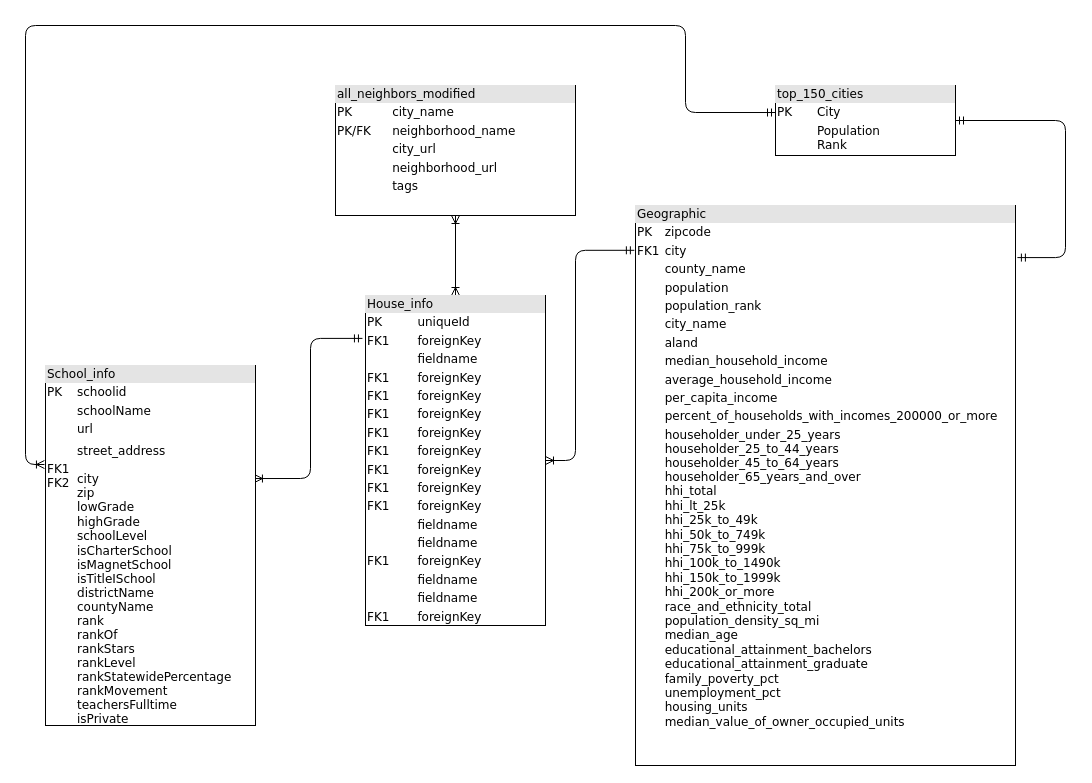
sakuraszy/STATS-170A-Group keeps this draw.io diagram as Diagram/DataBase-Diagram.drawio. Above is the earlier version. Source tidied: cells renumbered, new cells numbered last; positions are measured from the earlier drawing's top-left corner, leaving out a move shared by most shapes. Both pictures are drawn from the tidied source at 100%, with x=0, y=0 at pixel (25, 25).
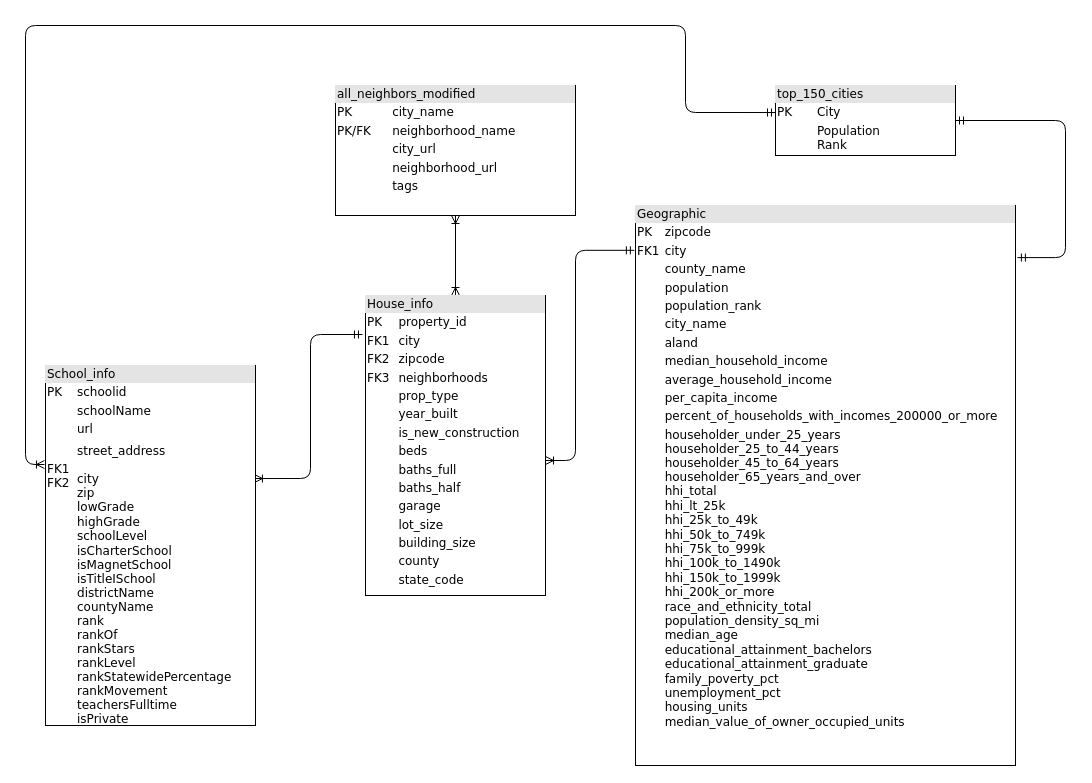
Above is the later version.

Change to the diagram source:
```diff
@@
 <mxGraphModel background="#ffffff">
   <root>
     <mxCell id="0" />
     <mxCell id="1" parent="0" />
     <mxCell id="2" style="edgeStyle=orthogonalEdgeStyle;html=1;entryX=0.5;entryY=0;labelBackgroundColor=none;startArrow=ERoneToMany;endArrow=ERoneToMany;fontFamily=Verdana;fontSize=12;align=left;startFill=0;" parent="1" edge="1" source="4" target="9">
       <mxGeometry relative="1" as="geometry" />
     </mxCell>
     <mxCell id="3" style="edgeStyle=orthogonalEdgeStyle;html=1;labelBackgroundColor=none;startArrow=ERmandOne;endArrow=ERmandOne;fontFamily=Verdana;fontSize=12;align=left;startFill=0;endFill=0;entryX=1.005;entryY=0.093;entryDx=0;entryDy=0;entryPerimeter=0;exitX=1;exitY=0.5;exitDx=0;exitDy=0;" parent="1" edge="1" source="11" target="10">
       <mxGeometry relative="1" as="geometry">
         <Array as="points">
           <mxPoint x="1040" y="95" />
           <mxPoint x="1040" y="232" />
         </Array>
       </mxGeometry>
     </mxCell>
     <mxCell id="4" value="&lt;div style=&quot;box-sizing: border-box ; width: 100% ; background: #e4e4e4 ; padding: 2px&quot;&gt;all_neighbors_modified&lt;/div&gt;&lt;table style=&quot;width: 100% ; font-size: 1em&quot; cellpadding=&quot;2&quot; cellspacing=&quot;0&quot;&gt;&lt;tbody&gt;&lt;tr&gt;&lt;td&gt;PK&lt;/td&gt;&lt;td&gt;city_name&lt;/td&gt;&lt;/tr&gt;&lt;tr&gt;&lt;td&gt;PK/FK&lt;/td&gt;&lt;td&gt;neighborhood_name&lt;/td&gt;&lt;/tr&gt;&lt;tr&gt;&lt;td&gt;&lt;/td&gt;&lt;td&gt;city_url&lt;/td&gt;&lt;/tr&gt;&lt;tr&gt;&lt;td&gt;&lt;br&gt;&lt;/td&gt;&lt;td&gt;neighborhood_url&lt;br&gt;&lt;/td&gt;&lt;/tr&gt;&lt;tr&gt;&lt;td&gt;&lt;br&gt;&lt;/td&gt;&lt;td&gt;tags&lt;br&gt;&lt;/td&gt;&lt;/tr&gt;&lt;tr&gt;&lt;td&gt;&lt;br&gt;&lt;/td&gt;&lt;td&gt;&lt;br&gt;&lt;/td&gt;&lt;/tr&gt;&lt;/tbody&gt;&lt;/table&gt;" style="verticalAlign=top;align=left;overflow=fill;html=1;rounded=0;shadow=0;comic=0;labelBackgroundColor=none;strokeWidth=1;fontFamily=Verdana;fontSize=12;" parent="1" vertex="1">
       <mxGeometry x="310" y="60" width="240" height="130" as="geometry" />
     </mxCell>
     <mxCell id="5" style="edgeStyle=orthogonalEdgeStyle;jettySize=auto;html=1;entryX=0;entryY=0.386;entryDx=0;entryDy=0;entryPerimeter=0;endArrow=ERmandOne;endFill=0;exitX=-0.005;exitY=0.275;exitDx=0;exitDy=0;exitPerimeter=0;startArrow=ERoneToMany;startFill=0;rounded=1;" parent="1" edge="1" source="7" target="11">
       <mxGeometry relative="1" as="geometry">
         <Array as="points">
           <mxPoint y="439" />
           <mxPoint />
           <mxPoint x="660" />
           <mxPoint x="660" y="87" />
         </Array>
       </mxGeometry>
     </mxCell>
     <mxCell id="6" style="edgeStyle=orthogonalEdgeStyle;rounded=1;jettySize=auto;html=1;entryX=-0.017;entryY=0.13;entryDx=0;entryDy=0;startArrow=ERoneToMany;startFill=0;endArrow=ERmandOne;endFill=0;entryPerimeter=0;exitX=0.995;exitY=0.314;exitDx=0;exitDy=0;exitPerimeter=0;" parent="1" edge="1" source="7" target="9">
       <mxGeometry relative="1" as="geometry" />
     </mxCell>
     <mxCell id="7" value="&lt;div style=&quot;box-sizing: border-box ; width: 100% ; background-color: rgb(228 , 228 , 228) ; padding: 2px&quot;&gt;&lt;font style=&quot;font-size: 12px&quot;&gt;School_info&lt;/font&gt;&lt;/div&gt;&lt;table style=&quot;width: 100%&quot; cellpadding=&quot;2&quot; cellspacing=&quot;0&quot;&gt;&lt;tbody&gt;&lt;tr&gt;&lt;td&gt;&lt;font style=&quot;font-size: 12px&quot;&gt;PK&lt;/font&gt;&lt;/td&gt;&lt;td&gt;&lt;font style=&quot;font-size: 12px&quot;&gt;schoolid&lt;/font&gt;&lt;/td&gt;&lt;/tr&gt;&lt;tr&gt;&lt;td&gt;&lt;font style=&quot;font-size: 12px&quot;&gt;&lt;br&gt;&lt;/font&gt;&lt;/td&gt;&lt;td&gt;&lt;font style=&quot;font-size: 12px&quot;&gt;schoolName&lt;br&gt;&lt;/font&gt;&lt;/td&gt;&lt;/tr&gt;&lt;tr&gt;&lt;td&gt;&lt;/td&gt;&lt;td&gt;&lt;font style=&quot;font-size: 12px&quot;&gt;url&lt;/font&gt;&lt;/td&gt;&lt;/tr&gt;&lt;tr&gt;&lt;td&gt;&lt;font style=&quot;font-size: 12px&quot;&gt;&lt;br&gt;&lt;/font&gt;&lt;/td&gt;&lt;td&gt;&lt;p style=&quot;margin: 0px ; font-stretch: normal ; line-height: normal ; font-family: &amp;#34;helvetica neue&amp;#34;&quot;&gt;&lt;font face=&quot;Verdana&quot; style=&quot;font-size: 12px&quot;&gt;street_address&lt;/font&gt;&lt;/p&gt;&lt;/td&gt;&lt;/tr&gt;&lt;tr&gt;&lt;td&gt;&lt;font style=&quot;font-size: 12px&quot;&gt;FK1&lt;br&gt;FK2&lt;br&gt;&lt;br&gt;&lt;br&gt;&lt;br&gt;&lt;br&gt;&lt;br&gt;&lt;br&gt;&lt;br&gt;&lt;br&gt;&lt;br&gt;&lt;br&gt;&lt;br&gt;&lt;br&gt;&lt;br&gt;&lt;br&gt;&lt;br&gt;&lt;br&gt;&lt;br&gt;&lt;br&gt;&lt;br&gt;&lt;/font&gt;&lt;/td&gt;&lt;td&gt;&lt;font style=&quot;font-size: 12px&quot;&gt;city&lt;br&gt;zip&lt;br&gt;lowGrade&lt;br&gt;highGrade&lt;br&gt;schoolLevel&lt;br&gt;&lt;p style=&quot;margin: 0px ; font-stretch: normal ; line-height: normal&quot;&gt;isCharterSchool&lt;/p&gt;&lt;p style=&quot;margin: 0px ; font-stretch: normal ; line-height: normal&quot;&gt;isMagnetSchool&lt;/p&gt;&lt;p style=&quot;margin: 0px ; font-stretch: normal ; line-height: normal&quot;&gt;isTitleISchool&lt;/p&gt;&lt;p style=&quot;margin: 0px ; font-stretch: normal ; line-height: normal&quot;&gt;districtName&lt;/p&gt;&lt;p style=&quot;margin: 0px ; font-stretch: normal ; line-height: normal&quot;&gt;countyName&lt;/p&gt;&lt;p style=&quot;margin: 0px ; font-stretch: normal ; line-height: normal&quot;&gt;rank&lt;/p&gt;&lt;p style=&quot;margin: 0px ; font-stretch: normal ; line-height: normal&quot;&gt;rankOf&lt;/p&gt;&lt;p style=&quot;margin: 0px ; font-stretch: normal ; line-height: normal&quot;&gt;rankStars&lt;/p&gt;&lt;p style=&quot;margin: 0px ; font-stretch: normal ; line-height: normal&quot;&gt;rankLevel&lt;/p&gt;&lt;p style=&quot;margin: 0px ; font-stretch: normal ; line-height: normal&quot;&gt;rankStatewidePercentage&lt;/p&gt;&lt;p style=&quot;margin: 0px ; font-stretch: normal ; line-height: normal&quot;&gt;rankMovement&lt;/p&gt;&lt;p style=&quot;margin: 0px ; font-stretch: normal ; line-height: normal&quot;&gt;teachersFulltime&lt;/p&gt;&lt;p style=&quot;margin: 0px ; font-stretch: normal ; line-height: normal&quot;&gt;isPrivate&lt;/p&gt;&lt;p style=&quot;margin: 0px ; font-stretch: normal ; line-height: normal&quot;&gt;&lt;br&gt;&lt;/p&gt;&lt;p style=&quot;margin: 0px ; font-stretch: normal ; line-height: normal&quot;&gt;&lt;br&gt;&lt;/p&gt;&lt;/font&gt;&lt;/td&gt;&lt;/tr&gt;&lt;/tbody&gt;&lt;/table&gt;" style="verticalAlign=top;align=left;overflow=fill;html=1;rounded=0;shadow=0;comic=0;labelBackgroundColor=none;strokeWidth=1;fontFamily=Verdana;fontSize=12;" parent="1" vertex="1">
       <mxGeometry x="20" y="340" width="210" height="360" as="geometry" />
     </mxCell>
     <mxCell id="8" style="edgeStyle=orthogonalEdgeStyle;jettySize=auto;html=1;startArrow=ERoneToMany;startFill=0;endArrow=ERmandOne;endFill=0;rounded=1;entryX=-0.003;entryY=0.08;entryDx=0;entryDy=0;entryPerimeter=0;" parent="1" edge="1" source="9" target="10">
       <mxGeometry relative="1" as="geometry">
         <Array as="points">
           <mxPoint x="550" y="435" />
           <mxPoint x="550" y="225" />
         </Array>
       </mxGeometry>
     </mxCell>
-    <mxCell id="9" value="&lt;div style=&quot;box-sizing: border-box ; width: 100% ; background: #e4e4e4 ; padding: 2px&quot;&gt;House_info&lt;/div&gt;&lt;table style=&quot;width: 100% ; font-size: 1em&quot; cellpadding=&quot;2&quot; cellspacing=&quot;0&quot;&gt;&lt;tbody&gt;&lt;tr&gt;&lt;td&gt;PK&lt;/td&gt;&lt;td&gt;uniqueId&lt;/td&gt;&lt;/tr&gt;&lt;tr&gt;&lt;td&gt;FK1&lt;/td&gt;&lt;td&gt;foreignKey&lt;/td&gt;&lt;/tr&gt;&lt;tr&gt;&lt;td&gt;&lt;/td&gt;&lt;td&gt;fieldname&lt;/td&gt;&lt;/tr&gt;&lt;tr&gt;&lt;td&gt;FK1&lt;br&gt;&lt;/td&gt;&lt;td&gt;foreignKey&lt;br&gt;&lt;/td&gt;&lt;/tr&gt;&lt;tr&gt;&lt;td&gt;FK1&lt;br&gt;&lt;/td&gt;&lt;td&gt;foreignKey&lt;br&gt;&lt;/td&gt;&lt;/tr&gt;&lt;tr&gt;&lt;td&gt;FK1&lt;br&gt;&lt;/td&gt;&lt;td&gt;foreignKey&lt;br&gt;&lt;/td&gt;&lt;/tr&gt;&lt;tr&gt;&lt;td&gt;FK1&lt;br&gt;&lt;/td&gt;&lt;td&gt;foreignKey&lt;br&gt;&lt;/td&gt;&lt;/tr&gt;&lt;tr&gt;&lt;td&gt;FK1&lt;br&gt;&lt;/td&gt;&lt;td&gt;foreignKey&lt;br&gt;&lt;/td&gt;&lt;/tr&gt;&lt;tr&gt;&lt;td&gt;FK1&lt;br&gt;&lt;/td&gt;&lt;td&gt;foreignKey&lt;br&gt;&lt;/td&gt;&lt;/tr&gt;&lt;tr&gt;&lt;td&gt;FK1&lt;br&gt;&lt;/td&gt;&lt;td&gt;foreignKey&lt;br&gt;&lt;/td&gt;&lt;/tr&gt;&lt;tr&gt;&lt;td&gt;FK1&lt;br&gt;&lt;/td&gt;&lt;td&gt;foreignKey&lt;br&gt;&lt;/td&gt;&lt;/tr&gt;&lt;tr&gt;&lt;td&gt;&lt;br&gt;&lt;/td&gt;&lt;td&gt;fieldname&lt;br&gt;&lt;/td&gt;&lt;/tr&gt;&lt;tr&gt;&lt;td&gt;&lt;br&gt;&lt;/td&gt;&lt;td&gt;fieldname&lt;br&gt;&lt;/td&gt;&lt;/tr&gt;&lt;tr&gt;&lt;td&gt;FK1&lt;br&gt;&lt;/td&gt;&lt;td&gt;foreignKey&lt;br&gt;&lt;/td&gt;&lt;/tr&gt;&lt;tr&gt;&lt;td&gt;&lt;br&gt;&lt;/td&gt;&lt;td&gt;fieldname&lt;br&gt;&lt;/td&gt;&lt;/tr&gt;&lt;tr&gt;&lt;td&gt;&lt;br&gt;&lt;/td&gt;&lt;td&gt;fieldname&lt;br&gt;&lt;/td&gt;&lt;/tr&gt;&lt;tr&gt;&lt;td&gt;FK1&lt;br&gt;&lt;/td&gt;&lt;td&gt;foreignKey&lt;br&gt;&lt;/td&gt;&lt;/tr&gt;&lt;/tbody&gt;&lt;/table&gt;" style="verticalAlign=top;align=left;overflow=fill;html=1;rounded=0;shadow=0;comic=0;labelBackgroundColor=none;strokeWidth=1;fontFamily=Verdana;fontSize=12;" parent="1" vertex="1">
-      <mxGeometry x="340" y="270" width="180" height="330" as="geometry" />
+    <mxCell id="9" value="&lt;div style=&quot;box-sizing: border-box ; width: 100% ; background: #e4e4e4 ; padding: 2px&quot;&gt;House_info&lt;/div&gt;&lt;table style=&quot;width: 100% ; font-size: 1em&quot; cellpadding=&quot;2&quot; cellspacing=&quot;0&quot;&gt;&lt;tbody&gt;&lt;tr&gt;&lt;td&gt;PK&lt;/td&gt;&lt;td&gt;property_id&lt;/td&gt;&lt;/tr&gt;&lt;tr&gt;&lt;td&gt;FK1&lt;/td&gt;&lt;td&gt;city&lt;/td&gt;&lt;/tr&gt;&lt;tr&gt;&lt;td&gt;FK2&lt;/td&gt;&lt;td&gt;zipcode&lt;/td&gt;&lt;/tr&gt;&lt;tr&gt;&lt;td&gt;FK3&lt;br&gt;&lt;/td&gt;&lt;td&gt;neighborhoods&lt;/td&gt;&lt;/tr&gt;&lt;tr&gt;&lt;td&gt;&lt;br&gt;&lt;/td&gt;&lt;td&gt;prop_type&lt;br&gt;&lt;/td&gt;&lt;/tr&gt;&lt;tr&gt;&lt;td&gt;&lt;br&gt;&lt;/td&gt;&lt;td&gt;year_built&lt;br&gt;&lt;/td&gt;&lt;/tr&gt;&lt;tr&gt;&lt;td&gt;&lt;br&gt;&lt;/td&gt;&lt;td&gt;is_new_construction&lt;br&gt;&lt;/td&gt;&lt;/tr&gt;&lt;tr&gt;&lt;td&gt;&lt;br&gt;&lt;/td&gt;&lt;td&gt;beds&lt;/td&gt;&lt;/tr&gt;&lt;tr&gt;&lt;td&gt;&lt;br&gt;&lt;/td&gt;&lt;td&gt;baths_full&lt;br&gt;&lt;/td&gt;&lt;/tr&gt;&lt;tr&gt;&lt;td&gt;&lt;br&gt;&lt;/td&gt;&lt;td&gt;baths_half&lt;br&gt;&lt;/td&gt;&lt;/tr&gt;&lt;tr&gt;&lt;td&gt;&lt;br&gt;&lt;/td&gt;&lt;td&gt;garage&lt;br&gt;&lt;/td&gt;&lt;/tr&gt;&lt;tr&gt;&lt;td&gt;&lt;br&gt;&lt;/td&gt;&lt;td&gt;lot_size&lt;br&gt;&lt;/td&gt;&lt;/tr&gt;&lt;tr&gt;&lt;td&gt;&lt;br&gt;&lt;/td&gt;&lt;td&gt;building_size&lt;br&gt;&lt;/td&gt;&lt;/tr&gt;&lt;tr&gt;&lt;td&gt;&lt;br&gt;&lt;/td&gt;&lt;td&gt;county&lt;br&gt;&lt;/td&gt;&lt;/tr&gt;&lt;tr&gt;&lt;td&gt;&lt;br&gt;&lt;/td&gt;&lt;td&gt;state_code&lt;br&gt;&lt;/td&gt;&lt;/tr&gt;&lt;tr&gt;&lt;td&gt;&lt;br&gt;&lt;/td&gt;&lt;td&gt;&lt;br&gt;&lt;/td&gt;&lt;/tr&gt;&lt;tr&gt;&lt;td&gt;&lt;br&gt;&lt;/td&gt;&lt;td&gt;&lt;br&gt;&lt;/td&gt;&lt;/tr&gt;&lt;/tbody&gt;&lt;/table&gt;" style="verticalAlign=top;align=left;overflow=fill;html=1;rounded=0;shadow=0;comic=0;labelBackgroundColor=none;strokeWidth=1;fontFamily=Verdana;fontSize=12;" parent="1" vertex="1">
+      <mxGeometry x="340" y="270" width="180" height="300" as="geometry" />
     </mxCell>
     <mxCell id="10" value="&lt;div style=&quot;box-sizing: border-box ; width: 100% ; background: #e4e4e4 ; padding: 2px&quot;&gt;Geographic&lt;/div&gt;&lt;table style=&quot;width: 100%&quot; cellpadding=&quot;2&quot; cellspacing=&quot;0&quot;&gt;&lt;tbody&gt;&lt;tr&gt;&lt;td&gt;PK&lt;/td&gt;&lt;td&gt;zipcode&lt;/td&gt;&lt;/tr&gt;&lt;tr&gt;&lt;td&gt;FK1&lt;/td&gt;&lt;td&gt;city&lt;/td&gt;&lt;/tr&gt;&lt;tr&gt;&lt;td&gt;&lt;/td&gt;&lt;td&gt;county_name&lt;br&gt;&lt;/td&gt;&lt;/tr&gt;&lt;tr&gt;&lt;td&gt;&lt;br&gt;&lt;/td&gt;&lt;td&gt;population&lt;/td&gt;&lt;/tr&gt;&lt;tr&gt;&lt;td&gt;&lt;br&gt;&lt;/td&gt;&lt;td&gt;population_rank&lt;br&gt;&lt;/td&gt;&lt;/tr&gt;&lt;tr&gt;&lt;td&gt;&lt;br&gt;&lt;/td&gt;&lt;td&gt;city_name&lt;/td&gt;&lt;/tr&gt;&lt;tr&gt;&lt;td&gt;&lt;br&gt;&lt;/td&gt;&lt;td&gt;aland&lt;/td&gt;&lt;/tr&gt;&lt;tr&gt;&lt;td&gt;&lt;br&gt;&lt;/td&gt;&lt;td&gt;&lt;p style=&quot;margin: 0px ; font-stretch: normal ; line-height: normal&quot;&gt;&lt;font style=&quot;font-size: 12px&quot;&gt;median_household_income&lt;/font&gt;&lt;/p&gt;&lt;/td&gt;&lt;/tr&gt;&lt;tr&gt;&lt;td&gt;&lt;br&gt;&lt;/td&gt;&lt;td&gt;&lt;p style=&quot;margin: 0px ; font-stretch: normal ; line-height: normal&quot;&gt;&lt;font style=&quot;font-size: 12px&quot;&gt;average_household_income&lt;/font&gt;&lt;/p&gt;&lt;/td&gt;&lt;/tr&gt;&lt;tr&gt;&lt;td&gt;&lt;br&gt;&lt;/td&gt;&lt;td&gt;&lt;p style=&quot;margin: 0px&quot;&gt;&lt;font color=&quot;#000000&quot; style=&quot;font-stretch: normal ; line-height: normal ; font-size: 12px&quot;&gt;per_capita_income&lt;/font&gt;&lt;/p&gt;&lt;/td&gt;&lt;/tr&gt;&lt;tr&gt;&lt;td&gt;&lt;font style=&quot;font-size: 12px&quot;&gt;&lt;br&gt;&lt;/font&gt;&lt;/td&gt;&lt;td&gt;&lt;p style=&quot;margin: 0px&quot;&gt;&lt;font color=&quot;#000000&quot; style=&quot;font-stretch: normal ; line-height: normal ; font-size: 12px&quot;&gt;percent_of_households_with_incomes_200000_or_more&lt;/font&gt;&lt;/p&gt;&lt;/td&gt;&lt;/tr&gt;&lt;tr&gt;&lt;td&gt;&lt;font style=&quot;font-size: 12px&quot;&gt;&lt;br&gt;&lt;/font&gt;&lt;/td&gt;&lt;td&gt;&lt;p style=&quot;margin: 0px ; font-stretch: normal ; line-height: normal&quot;&gt;&lt;font style=&quot;font-size: 12px&quot;&gt;householder_under_25_years&lt;/font&gt;&lt;/p&gt;&lt;p style=&quot;margin: 0px ; font-stretch: normal ; line-height: normal&quot;&gt;&lt;font style=&quot;font-size: 12px&quot;&gt;householder_25_to_44_years&lt;/font&gt;&lt;/p&gt;&lt;p style=&quot;margin: 0px&quot;&gt;&lt;font color=&quot;#000000&quot; style=&quot;font-stretch: normal ; line-height: normal ; font-size: 12px&quot;&gt;householder_45_to_64_years&lt;/font&gt;&lt;/p&gt;&lt;p style=&quot;margin: 0px&quot;&gt;&lt;font color=&quot;#000000&quot; style=&quot;font-stretch: normal ; line-height: normal ; font-size: 12px&quot;&gt;&lt;/font&gt;&lt;/p&gt;&lt;p style=&quot;margin: 0px&quot;&gt;&lt;font color=&quot;#000000&quot; style=&quot;font-stretch: normal ; line-height: normal ; font-size: 12px&quot;&gt;householder_65_years_and_over&lt;/font&gt;&lt;/p&gt;&lt;p style=&quot;margin: 0px&quot;&gt;&lt;font color=&quot;#000000&quot; style=&quot;font-stretch: normal ; line-height: normal ; font-size: 12px&quot;&gt;&lt;/font&gt;&lt;/p&gt;&lt;p style=&quot;margin: 0px&quot;&gt;&lt;font color=&quot;#000000&quot; style=&quot;font-stretch: normal ; line-height: normal ; font-size: 12px&quot;&gt;hhi_total&lt;/font&gt;&lt;/p&gt;&lt;p style=&quot;margin: 0px&quot;&gt;&lt;font color=&quot;#000000&quot; style=&quot;font-stretch: normal ; line-height: normal ; font-size: 12px&quot;&gt;&lt;/font&gt;&lt;/p&gt;&lt;p style=&quot;margin: 0px&quot;&gt;&lt;font color=&quot;#000000&quot; style=&quot;font-stretch: normal ; line-height: normal ; font-size: 12px&quot;&gt;hhi_lt_25k&lt;/font&gt;&lt;/p&gt;&lt;p style=&quot;margin: 0px&quot;&gt;&lt;font color=&quot;#000000&quot; style=&quot;font-stretch: normal ; line-height: normal ; font-size: 12px&quot;&gt;&lt;/font&gt;&lt;/p&gt;&lt;p style=&quot;margin: 0px&quot;&gt;&lt;font color=&quot;#000000&quot; style=&quot;font-stretch: normal ; line-height: normal ; font-size: 12px&quot;&gt;hhi_25k_to_49k&lt;/font&gt;&lt;/p&gt;&lt;p style=&quot;margin: 0px&quot;&gt;&lt;font color=&quot;#000000&quot; style=&quot;font-stretch: normal ; line-height: normal ; font-size: 12px&quot;&gt;&lt;/font&gt;&lt;/p&gt;&lt;p style=&quot;margin: 0px&quot;&gt;&lt;font color=&quot;#000000&quot; style=&quot;font-stretch: normal ; line-height: normal ; font-size: 12px&quot;&gt;hhi_50k_to_749k&lt;/font&gt;&lt;/p&gt;&lt;p style=&quot;margin: 0px&quot;&gt;&lt;font color=&quot;#000000&quot; style=&quot;font-stretch: normal ; line-height: normal ; font-size: 12px&quot;&gt;&lt;/font&gt;&lt;/p&gt;&lt;p style=&quot;margin: 0px&quot;&gt;&lt;font color=&quot;#000000&quot; style=&quot;font-stretch: normal ; line-height: normal ; font-size: 12px&quot;&gt;hhi_75k_to_999k&lt;/font&gt;&lt;/p&gt;&lt;p style=&quot;margin: 0px&quot;&gt;&lt;font color=&quot;#000000&quot; style=&quot;font-stretch: normal ; line-height: normal ; font-size: 12px&quot;&gt;&lt;/font&gt;&lt;/p&gt;&lt;p style=&quot;margin: 0px&quot;&gt;&lt;font color=&quot;#000000&quot; style=&quot;font-stretch: normal ; line-height: normal ; font-size: 12px&quot;&gt;hhi_100k_to_1490k&lt;/font&gt;&lt;/p&gt;&lt;p style=&quot;margin: 0px&quot;&gt;&lt;font color=&quot;#000000&quot; style=&quot;font-stretch: normal ; line-height: normal ; font-size: 12px&quot;&gt;&lt;/font&gt;&lt;/p&gt;&lt;p style=&quot;margin: 0px&quot;&gt;&lt;font color=&quot;#000000&quot; style=&quot;font-stretch: normal ; line-height: normal ; font-size: 12px&quot;&gt;hhi_150k_to_1999k&lt;/font&gt;&lt;/p&gt;&lt;p style=&quot;margin: 0px&quot;&gt;&lt;font color=&quot;#000000&quot; style=&quot;font-stretch: normal ; line-height: normal ; font-size: 12px&quot;&gt;&lt;/font&gt;&lt;/p&gt;&lt;p style=&quot;margin: 0px&quot;&gt;&lt;font color=&quot;#000000&quot; style=&quot;font-stretch: normal ; line-height: normal ; font-size: 12px&quot;&gt;hhi_200k_or_more&lt;/font&gt;&lt;/p&gt;&lt;p style=&quot;margin: 0px&quot;&gt;&lt;font color=&quot;#000000&quot; style=&quot;font-stretch: normal ; line-height: normal ; font-size: 12px&quot;&gt;&lt;/font&gt;&lt;/p&gt;&lt;p style=&quot;margin: 0px&quot;&gt;&lt;font color=&quot;#000000&quot; style=&quot;font-stretch: normal ; line-height: normal ; font-size: 12px&quot;&gt;race_and_ethnicity_total&lt;/font&gt;&lt;/p&gt;&lt;p style=&quot;margin: 0px&quot;&gt;&lt;font color=&quot;#000000&quot; style=&quot;font-stretch: normal ; line-height: normal ; font-size: 12px&quot;&gt;&lt;/font&gt;&lt;/p&gt;&lt;p style=&quot;margin: 0px&quot;&gt;&lt;font color=&quot;#000000&quot; style=&quot;font-stretch: normal ; line-height: normal ; font-size: 12px&quot;&gt;population_density_sq_mi&lt;/font&gt;&lt;/p&gt;&lt;p style=&quot;margin: 0px&quot;&gt;&lt;font color=&quot;#000000&quot; style=&quot;font-stretch: normal ; line-height: normal ; font-size: 12px&quot;&gt;&lt;/font&gt;&lt;/p&gt;&lt;p style=&quot;margin: 0px&quot;&gt;&lt;font color=&quot;#000000&quot; style=&quot;font-stretch: normal ; line-height: normal ; font-size: 12px&quot;&gt;median_age&lt;/font&gt;&lt;/p&gt;&lt;p style=&quot;margin: 0px&quot;&gt;&lt;font color=&quot;#000000&quot; style=&quot;font-stretch: normal ; line-height: normal ; font-size: 12px&quot;&gt;&lt;/font&gt;&lt;/p&gt;&lt;p style=&quot;margin: 0px&quot;&gt;&lt;font color=&quot;#000000&quot; style=&quot;font-stretch: normal ; line-height: normal ; font-size: 12px&quot;&gt;educational_attainment_bachelors&lt;/font&gt;&lt;/p&gt;&lt;p style=&quot;margin: 0px&quot;&gt;&lt;font color=&quot;#000000&quot; style=&quot;font-stretch: normal ; line-height: normal ; font-size: 12px&quot;&gt;&lt;/font&gt;&lt;/p&gt;&lt;p style=&quot;margin: 0px&quot;&gt;&lt;font color=&quot;#000000&quot; style=&quot;font-stretch: normal ; line-height: normal ; font-size: 12px&quot;&gt;educational_attainment_graduate&lt;/font&gt;&lt;/p&gt;&lt;p style=&quot;margin: 0px&quot;&gt;&lt;font color=&quot;#000000&quot; style=&quot;font-stretch: normal ; line-height: normal ; font-size: 12px&quot;&gt;&lt;/font&gt;&lt;/p&gt;&lt;p style=&quot;margin: 0px&quot;&gt;&lt;font color=&quot;#000000&quot; style=&quot;font-stretch: normal ; line-height: normal ; font-size: 12px&quot;&gt;family_poverty_pct&lt;/font&gt;&lt;/p&gt;&lt;p style=&quot;margin: 0px&quot;&gt;&lt;font color=&quot;#000000&quot; style=&quot;font-stretch: normal ; line-height: normal ; font-size: 12px&quot;&gt;&lt;/font&gt;&lt;/p&gt;&lt;p style=&quot;margin: 0px&quot;&gt;&lt;font color=&quot;#000000&quot; style=&quot;font-stretch: normal ; line-height: normal ; font-size: 12px&quot;&gt;unemployment_pct&lt;/font&gt;&lt;/p&gt;&lt;p style=&quot;margin: 0px&quot;&gt;&lt;font color=&quot;#000000&quot; style=&quot;font-stretch: normal ; line-height: normal ; font-size: 12px&quot;&gt;&lt;/font&gt;&lt;/p&gt;&lt;p style=&quot;margin: 0px&quot;&gt;&lt;font color=&quot;#000000&quot; style=&quot;font-stretch: normal ; line-height: normal ; font-size: 12px&quot;&gt;housing_units&lt;/font&gt;&lt;/p&gt;&lt;p style=&quot;margin: 0px&quot;&gt;&lt;font color=&quot;#000000&quot; style=&quot;font-stretch: normal ; line-height: normal ; font-size: 12px&quot;&gt;&lt;/font&gt;&lt;/p&gt;&lt;p style=&quot;margin: 0px&quot;&gt;&lt;font color=&quot;#000000&quot; style=&quot;font-stretch: normal ; line-height: normal ; font-size: 12px&quot;&gt;median_value_of_owner_occupied_units&lt;/font&gt;&lt;/p&gt;&lt;/td&gt;&lt;/tr&gt;&lt;/tbody&gt;&lt;/table&gt;" style="verticalAlign=top;align=left;overflow=fill;html=1;rounded=0;shadow=0;comic=0;labelBackgroundColor=none;strokeWidth=1;fontFamily=Verdana;fontSize=12;" parent="1" vertex="1">
       <mxGeometry x="610" y="180" width="380" height="560" as="geometry" />
     </mxCell>
     <mxCell id="11" value="&lt;div style=&quot;box-sizing: border-box ; width: 100% ; background: #e4e4e4 ; padding: 2px&quot;&gt;top_150_cities&lt;/div&gt;&lt;table style=&quot;width: 100% ; font-size: 1em&quot; cellpadding=&quot;2&quot; cellspacing=&quot;0&quot;&gt;&lt;tbody&gt;&lt;tr&gt;&lt;td&gt;PK&lt;/td&gt;&lt;td&gt;City&lt;br&gt;&lt;/td&gt;&lt;/tr&gt;&lt;tr&gt;&lt;td&gt;&lt;br&gt;&lt;/td&gt;&lt;td&gt;Population&lt;br&gt;Rank&lt;/td&gt;&lt;/tr&gt;&lt;/tbody&gt;&lt;/table&gt;" style="verticalAlign=top;align=left;overflow=fill;html=1;rounded=0;shadow=0;comic=0;labelBackgroundColor=none;strokeWidth=1;fontFamily=Verdana;fontSize=12;" parent="1" vertex="1">
       <mxGeometry x="750" y="60" width="180" height="70" as="geometry" />
     </mxCell>
   </root>
 </mxGraphModel>
```
